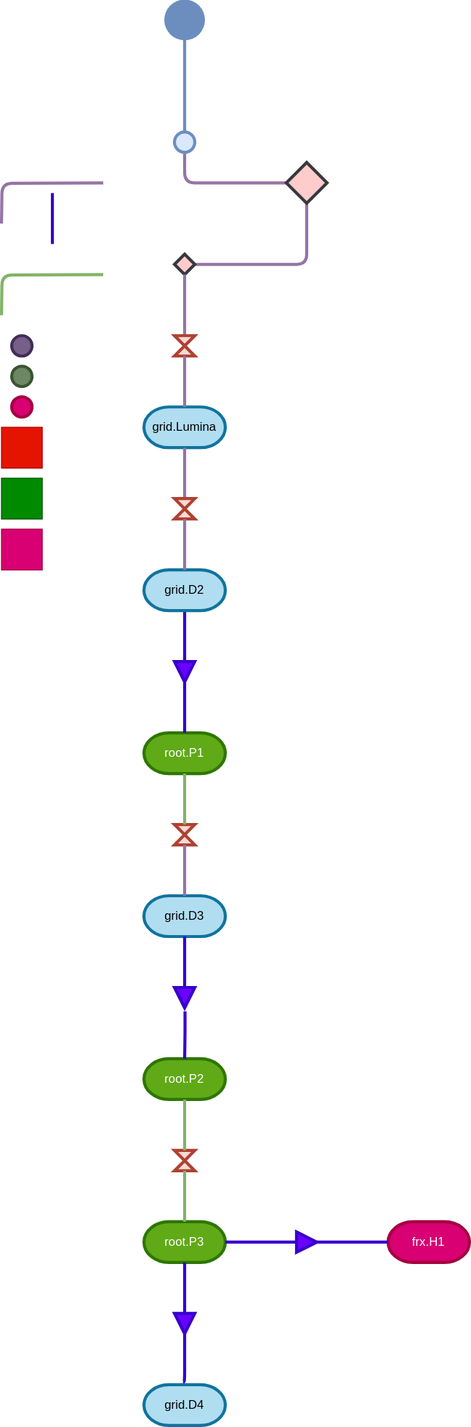
This is futuristic/areas/Map.svg from thatonequill/Resonance_of_the_Lost_Ones, a draw.io export, as it was before one commit. Source tidied: cells renumbered, new cells last; positions are measured from the earlier drawing's top-left corner, leaving out a move shared by most shapes.
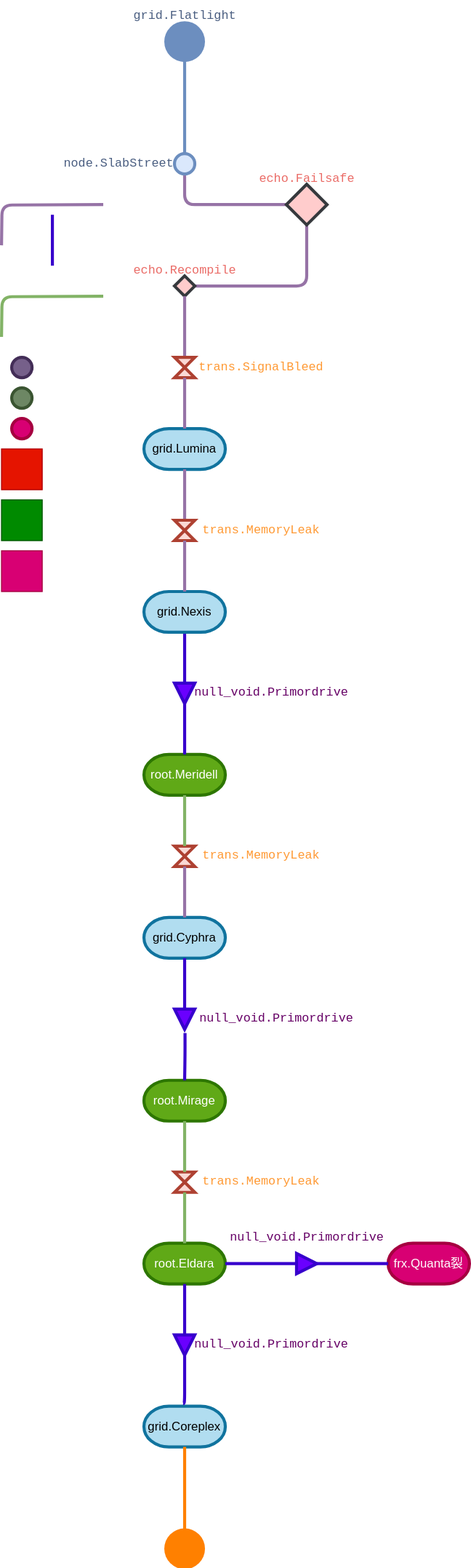
The same diagram one commit later.

Diff of the diagram source:
```diff
@@ -32,28 +32,28 @@
     <mxCell id="11" style="edgeStyle=orthogonalEdgeStyle;rounded=1;jettySize=auto;html=1;exitX=0.5;exitY=1;exitDx=0;exitDy=0;exitPerimeter=0;entryX=0;entryY=0.5;entryDx=0;entryDy=0;fillColor=#6a00ff;strokeColor=#3700CC;endArrow=none;startFill=0;strokeWidth=3;curved=0;" parent="1" edge="1" source="12" target="22">
       <mxGeometry relative="1" as="geometry" />
     </mxCell>
-    <mxCell id="12" value="grid.D2" style="strokeWidth=3;html=1;shape=mxgraph.flowchart.terminator;whiteSpace=wrap;fillColor=#b1ddf0;strokeColor=#10739e;" parent="1" vertex="1">
+    <mxCell id="12" value="grid.Nexis" style="strokeWidth=3;html=1;shape=mxgraph.flowchart.terminator;whiteSpace=wrap;fillColor=#b1ddf0;strokeColor=#10739e;" parent="1" vertex="1">
       <mxGeometry x="140" y="550" width="80" height="40" as="geometry" />
     </mxCell>
-    <mxCell id="13" value="grid.D3" style="strokeWidth=3;html=1;shape=mxgraph.flowchart.terminator;whiteSpace=wrap;fillColor=#b1ddf0;strokeColor=#10739e;" parent="1" vertex="1">
+    <mxCell id="13" value="grid.Cyphra" style="strokeWidth=3;html=1;shape=mxgraph.flowchart.terminator;whiteSpace=wrap;fillColor=#b1ddf0;strokeColor=#10739e;" parent="1" vertex="1">
       <mxGeometry x="140" y="870" width="80" height="40" as="geometry" />
     </mxCell>
-    <mxCell id="14" value="grid.D4" style="strokeWidth=3;html=1;shape=mxgraph.flowchart.terminator;whiteSpace=wrap;fillColor=#b1ddf0;strokeColor=#10739e;" parent="1" vertex="1">
+    <mxCell id="14" value="grid.Coreplex" style="strokeWidth=3;html=1;shape=mxgraph.flowchart.terminator;whiteSpace=wrap;fillColor=#b1ddf0;strokeColor=#10739e;" parent="1" vertex="1">
       <mxGeometry x="140" y="1350" width="80" height="40" as="geometry" />
     </mxCell>
     <mxCell id="15" style="edgeStyle=orthogonalEdgeStyle;rounded=1;jettySize=auto;html=1;entryX=0.5;entryY=0;entryDx=0;entryDy=0;curved=0;strokeWidth=3;endArrow=none;startFill=0;fillColor=#e1d5e7;strokeColor=#9673a6;exitX=0.5;exitY=1;exitDx=0;exitDy=0;exitPerimeter=0;" parent="1" edge="1" source="2" target="24">
       <mxGeometry relative="1" as="geometry" />
     </mxCell>
-    <mxCell id="16" value="root.P1" style="strokeWidth=3;html=1;shape=mxgraph.flowchart.terminator;whiteSpace=wrap;fillColor=#60a917;strokeColor=#2D7600;fontColor=#ffffff;" parent="1" vertex="1">
+    <mxCell id="16" value="root.Meridell" style="strokeWidth=3;html=1;shape=mxgraph.flowchart.terminator;whiteSpace=wrap;fillColor=#60a917;strokeColor=#2D7600;fontColor=#ffffff;" parent="1" vertex="1">
       <mxGeometry x="140" y="710" width="80" height="40" as="geometry" />
     </mxCell>
-    <mxCell id="17" value="root.P2" style="strokeWidth=3;html=1;shape=mxgraph.flowchart.terminator;whiteSpace=wrap;fillColor=#60a917;fontColor=#ffffff;strokeColor=#2D7600;" parent="1" vertex="1">
+    <mxCell id="17" value="root.Mirage" style="strokeWidth=3;html=1;shape=mxgraph.flowchart.terminator;whiteSpace=wrap;fillColor=#60a917;fontColor=#ffffff;strokeColor=#2D7600;" parent="1" vertex="1">
       <mxGeometry x="140" y="1030" width="80" height="40" as="geometry" />
     </mxCell>
-    <mxCell id="18" value="root.P3" style="strokeWidth=3;html=1;shape=mxgraph.flowchart.terminator;whiteSpace=wrap;fillColor=#60a917;fontColor=#ffffff;strokeColor=#2D7600;" parent="1" vertex="1">
+    <mxCell id="18" value="root.Eldara" style="strokeWidth=3;html=1;shape=mxgraph.flowchart.terminator;whiteSpace=wrap;fillColor=#60a917;fontColor=#ffffff;strokeColor=#2D7600;" parent="1" vertex="1">
       <mxGeometry x="140" y="1190" width="80" height="40" as="geometry" />
     </mxCell>
-    <mxCell id="19" value="frx.H1" style="strokeWidth=3;html=1;shape=mxgraph.flowchart.terminator;whiteSpace=wrap;fillColor=#d80073;fontColor=#ffffff;strokeColor=#A50040;" parent="1" vertex="1">
+    <mxCell id="19" value="frx.Quanta裂" style="strokeWidth=3;html=1;shape=mxgraph.flowchart.terminator;whiteSpace=wrap;fillColor=#d80073;fontColor=#ffffff;strokeColor=#A50040;" parent="1" vertex="1">
       <mxGeometry x="380" y="1190" width="80" height="40" as="geometry" />
     </mxCell>
     <mxCell id="20" style="shape=collate;whiteSpace=wrap;html=1;strokeWidth=3;strokeColor=#ae4132;perimeterSpacing=0;fillStyle=solid;fillColor=#fad9d5;" parent="1" vertex="1">
@@ -174,5 +174,47 @@
     <mxCell id="49" style="whiteSpace=wrap;html=1;fillColor=#d80073;fontColor=#ffffff;strokeColor=#A50040;" parent="1" vertex="1">
       <mxGeometry y="510" width="40" height="40" as="geometry" />
     </mxCell>
+    <mxCell id="50" style="shape=waypoint;sketch=0;fillStyle=solid;size=6;points=[];fillColor=#fa6800;perimeter=centerPerimeter;snapToPoint=1;strokeWidth=18;strokeColor=#FF8000;fontColor=#000000;" parent="1" vertex="1">
+      <mxGeometry x="170" y="1480" width="20" height="20" as="geometry" />
+    </mxCell>
+    <mxCell id="51" style="edgeStyle=orthogonalEdgeStyle;rounded=1;jettySize=auto;html=1;exitX=0.5;exitY=1;exitDx=0;exitDy=0;exitPerimeter=0;entryX=0.486;entryY=0.186;entryDx=0;entryDy=0;entryPerimeter=0;fillColor=#fa6800;strokeColor=#FF8000;curved=0;strokeWidth=3;endArrow=none;startFill=0;" parent="1" edge="1" source="14" target="50">
+      <mxGeometry relative="1" as="geometry" />
+    </mxCell>
+    <mxCell id="52" value="grid.Flatlight" style="text;html=1;align=center;verticalAlign=middle;strokeWidth=0;perimeterSpacing=0;fontFamily=Courier New;fontColor=#4A5E81;" parent="1" vertex="1">
+      <mxGeometry x="120" y="-30" width="120" height="30" as="geometry" />
+    </mxCell>
+    <mxCell id="53" value="node&lt;span style=&quot;background-color: transparent;&quot;&gt;.SlabStreet&lt;/span&gt;" style="text;html=1;align=center;verticalAlign=middle;strokeColor=none;fillColor=none;fontFamily=Courier New;fontSize=12;fontColor=#4A5E81;" parent="1" vertex="1">
+      <mxGeometry x="50" y="115" width="130" height="30" as="geometry" />
+    </mxCell>
+    <mxCell id="54" value="&lt;font style=&quot;color: rgb(234, 107, 102);&quot;&gt;echo.Failsafe&lt;/font&gt;" style="text;html=1;align=center;verticalAlign=middle;strokeColor=none;fillColor=none;fontFamily=Courier New;fontSize=12;fontColor=default;" parent="1" vertex="1">
+      <mxGeometry x="240" y="130" width="120" height="30" as="geometry" />
+    </mxCell>
+    <mxCell id="55" value="&lt;font style=&quot;color: rgb(234, 107, 102);&quot;&gt;echo.Recompile&lt;/font&gt;" style="text;html=1;align=center;verticalAlign=middle;strokeColor=none;fillColor=none;fontFamily=Courier New;fontSize=12;fontColor=default;" parent="1" vertex="1">
+      <mxGeometry x="120" y="220" width="120" height="30" as="geometry" />
+    </mxCell>
+    <mxCell id="56" value="&lt;font style=&quot;color: rgb(255, 153, 51);&quot;&gt;trans.SignalBleed&lt;/font&gt;" style="text;html=1;align=center;verticalAlign=middle;strokeColor=none;fillColor=none;fontFamily=Courier New;fontSize=12;fontColor=default;" parent="1" vertex="1">
+      <mxGeometry x="180" y="315" width="150" height="30" as="geometry" />
+    </mxCell>
+    <mxCell id="57" value="&lt;font style=&quot;color: rgb(255, 153, 51);&quot;&gt;trans.MemoryLeak&lt;/font&gt;" style="text;html=1;align=center;verticalAlign=middle;strokeColor=none;fillColor=none;fontFamily=Courier New;fontSize=12;fontColor=default;" parent="1" vertex="1">
+      <mxGeometry x="185" y="475" width="140" height="30" as="geometry" />
+    </mxCell>
+    <mxCell id="58" value="&lt;font style=&quot;color: rgb(102, 0, 102);&quot;&gt;null_void.Primordrive&lt;/font&gt;" style="text;html=1;align=center;verticalAlign=middle;strokeColor=none;fillColor=none;fontFamily=Courier New;fontSize=12;fontColor=default;" parent="1" vertex="1">
+      <mxGeometry x="180" y="635" width="170" height="30" as="geometry" />
+    </mxCell>
+    <mxCell id="59" value="&lt;font style=&quot;color: rgb(255, 153, 51);&quot;&gt;trans.MemoryLeak&lt;/font&gt;" style="text;html=1;align=center;verticalAlign=middle;strokeColor=none;fillColor=none;fontFamily=Courier New;fontSize=12;fontColor=default;" parent="1" vertex="1">
+      <mxGeometry x="185" y="795" width="140" height="30" as="geometry" />
+    </mxCell>
+    <mxCell id="60" value="&lt;font style=&quot;color: rgb(102, 0, 102);&quot;&gt;null_void.Primordrive&lt;/font&gt;" style="text;html=1;align=center;verticalAlign=middle;strokeColor=none;fillColor=none;fontFamily=Courier New;fontSize=12;fontColor=default;" parent="1" vertex="1">
+      <mxGeometry x="185" y="955" width="170" height="30" as="geometry" />
+    </mxCell>
+    <mxCell id="61" value="&lt;font style=&quot;color: rgb(102, 0, 102);&quot;&gt;null_void.Primordrive&lt;/font&gt;" style="text;html=1;align=center;verticalAlign=middle;strokeColor=none;fillColor=none;fontFamily=Courier New;fontSize=12;fontColor=default;" parent="1" vertex="1">
+      <mxGeometry x="215" y="1170" width="170" height="30" as="geometry" />
+    </mxCell>
+    <mxCell id="62" value="&lt;font style=&quot;color: rgb(102, 0, 102);&quot;&gt;null_void.Primordrive&lt;/font&gt;" style="text;html=1;align=center;verticalAlign=middle;strokeColor=none;fillColor=none;fontFamily=Courier New;fontSize=12;fontColor=default;" parent="1" vertex="1">
+      <mxGeometry x="180" y="1275" width="170" height="30" as="geometry" />
+    </mxCell>
+    <mxCell id="63" value="&lt;font style=&quot;color: rgb(255, 153, 51);&quot;&gt;trans.MemoryLeak&lt;/font&gt;" style="text;html=1;align=center;verticalAlign=middle;strokeColor=none;fillColor=none;fontFamily=Courier New;fontSize=12;fontColor=default;" parent="1" vertex="1">
+      <mxGeometry x="185" y="1115" width="140" height="30" as="geometry" />
+    </mxCell>
   </root>
 </mxGraphModel>
```
